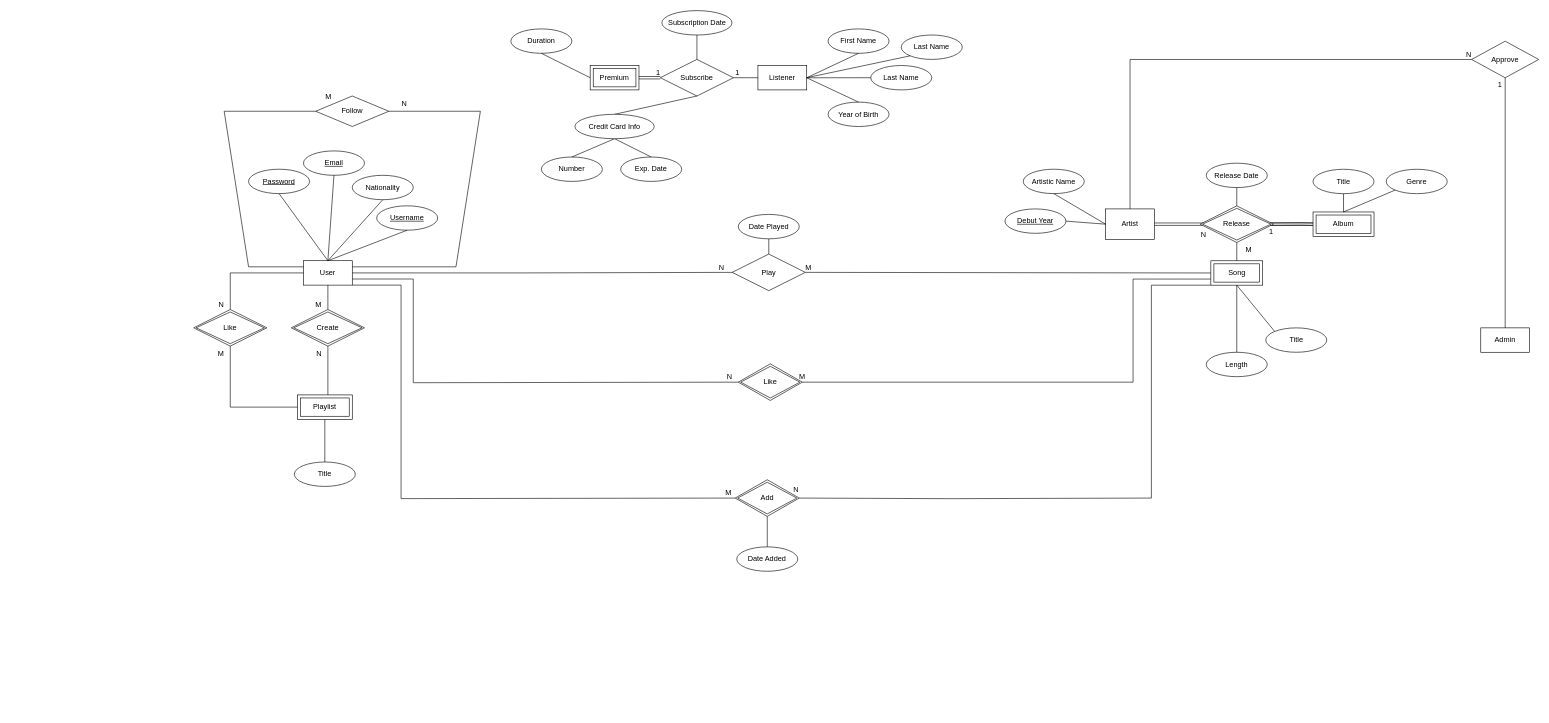
Before: ER Diagram.drawio in BehrouzGhamkhar/database-project, a draw.io diagram. Source tidied: cells renumbered, new cells numbered last; positions are measured from the earlier drawing's top-left corner, leaving out a move shared by most shapes. Both pictures are drawn from the tidied source at 61%, with x=0, y=0 at pixel (193, 10).
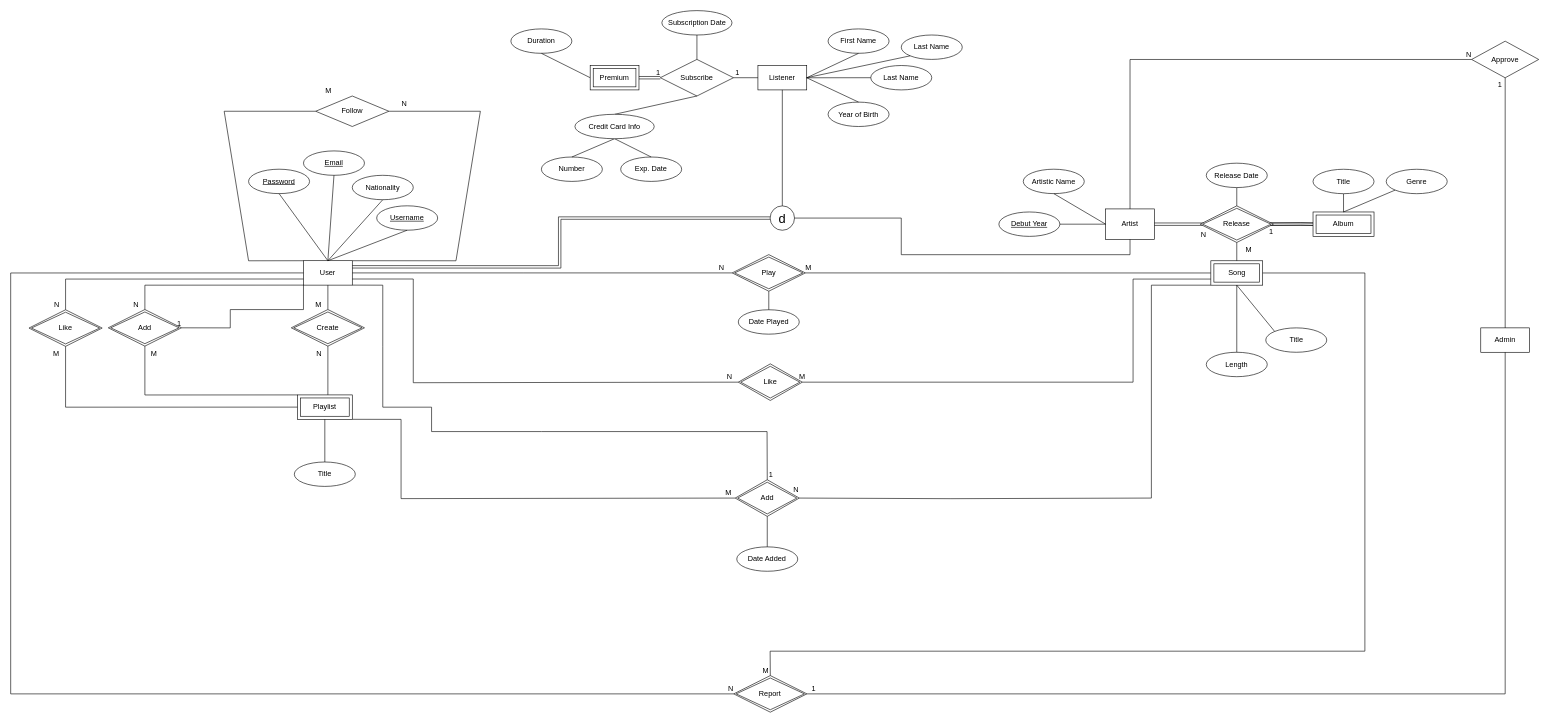
The same diagram, later.

Commit message:
The ER diagram was almost completed, only the total participations were not determined

Unchanged cells that the change refers to:
```xml
<mxCell id="2" value="Artist" style="whiteSpace=wrap;html=1;align=center;" parent="1" vertex="1">
  <mxGeometry x="1495" y="325" width="80" height="50" as="geometry" />
</mxCell>
<mxCell id="4" value="User" style="whiteSpace=wrap;html=1;align=center;" parent="1" vertex="1">
  <mxGeometry x="180" y="409.9" width="80" height="40" as="geometry" />
</mxCell>
<mxCell id="5" value="Listener" style="whiteSpace=wrap;html=1;align=center;" parent="1" vertex="1">
  <mxGeometry x="925" y="89.9" width="80" height="40" as="geometry" />
</mxCell>
<mxCell id="12" value="Follow" style="shape=rhombus;perimeter=rhombusPerimeter;whiteSpace=wrap;html=1;align=center;" parent="1" vertex="1">
  <mxGeometry x="200" y="139.9" width="120" height="50" as="geometry" />
</mxCell>
<mxCell id="23" value="Admin" style="whiteSpace=wrap;html=1;align=center;" parent="1" vertex="1">
  <mxGeometry x="2110" y="520" width="80" height="40" as="geometry" />
</mxCell>
<mxCell id="46" value="Playlist" style="shape=ext;margin=3;double=1;whiteSpace=wrap;html=1;align=center;" parent="1" vertex="1">
  <mxGeometry x="170" y="629.9" width="90" height="40" as="geometry" />
</mxCell>
<mxCell id="48" value="Add" style="shape=rhombus;double=1;perimeter=rhombusPerimeter;whiteSpace=wrap;html=1;align=center;" parent="1" vertex="1">
  <mxGeometry x="887.8" y="769" width="105" height="60" as="geometry" />
</mxCell>
<mxCell id="52" value="Song" style="shape=ext;margin=3;double=1;whiteSpace=wrap;html=1;align=center;" parent="1" vertex="1">
  <mxGeometry x="1667.5" y="410" width="85" height="40" as="geometry" />
</mxCell>
```

What changed in the source:
```diff
@@
-    <mxCell id="8" style="endArrow=none;html=1;rounded=0;entryX=1;entryY=0.25;entryDx=0;entryDy=0;exitX=1;exitY=0.5;exitDx=0;exitDy=0;" parent="1" edge="1" source="12" target="4">
+    <mxCell id="8" style="endArrow=none;html=1;rounded=0;entryX=1;entryY=0;entryDx=0;entryDy=0;exitX=1;exitY=0.5;exitDx=0;exitDy=0;" parent="1" edge="1" source="12" target="4">
       <mxGeometry relative="1" as="geometry">
         <Array as="points">
           <mxPoint x="470" y="164.9" />
-          <mxPoint x="430" y="419.9" />
+          <mxPoint x="430" y="410" />
         </Array>
       </mxGeometry>
     </mxCell>
@@
-    <mxCell id="13" style="endArrow=none;html=1;rounded=0;entryX=0;entryY=0.25;entryDx=0;entryDy=0;exitX=0;exitY=0.5;exitDx=0;exitDy=0;entryPerimeter=0;" parent="1" edge="1" source="12" target="4">
+    <mxCell id="13" style="endArrow=none;html=1;rounded=0;entryX=0;entryY=0;entryDx=0;entryDy=0;exitX=0;exitY=0.5;exitDx=0;exitDy=0;" parent="1" edge="1" source="12" target="4">
       <mxGeometry relative="1" as="geometry">
         <Array as="points">
           <mxPoint x="50" y="164.9" />
-          <mxPoint x="90" y="419.9" />
+          <mxPoint x="90" y="410" />
         </Array>
       </mxGeometry>
     </mxCell>
@@
-    <mxCell id="24" value="Play" style="shape=rhombus;perimeter=rhombusPerimeter;whiteSpace=wrap;html=1;align=center;" parent="1" vertex="1">
-      <mxGeometry x="882.8" y="399" width="120" height="60" as="geometry" />
-    </mxCell>
@@
-    <mxCell id="33" style="endArrow=none;html=1;rounded=0;exitX=1;exitY=1;exitDx=0;exitDy=0;entryX=0;entryY=0.5;entryDx=0;entryDy=0;" parent="1" edge="1" source="4" target="48">
+    <mxCell id="33" style="endArrow=none;html=1;rounded=0;exitX=1;exitY=1;exitDx=0;exitDy=0;entryX=0;entryY=0.5;entryDx=0;entryDy=0;" parent="1" edge="1" source="46" target="48">
       <mxGeometry relative="1" as="geometry">
         <Array as="points">
-          <mxPoint x="340" y="449.9" />
+          <mxPoint x="340" y="670" />
           <mxPoint x="340" y="799.9" />
         </Array>
       </mxGeometry>
     </mxCell>
@@
-    <mxCell id="42" style="endArrow=none;html=1;rounded=0;entryX=0.5;entryY=0;entryDx=0;entryDy=0;exitX=0;exitY=0.5;exitDx=0;exitDy=0;" parent="1" edge="1" source="4">
+    <mxCell id="42" style="endArrow=none;html=1;rounded=0;entryX=0.5;entryY=0;entryDx=0;entryDy=0;exitX=0;exitY=0.75;exitDx=0;exitDy=0;" parent="1" edge="1" source="4" target="50">
       <mxGeometry relative="1" as="geometry">
-        <mxPoint x="60" y="489.9" as="targetPoint" />
         <Array as="points">
-          <mxPoint x="60" y="429.9" />
+          <mxPoint x="-210" y="440" />
         </Array>
       </mxGeometry>
     </mxCell>
@@
-    <mxCell id="44" style="endArrow=none;html=1;rounded=0;entryX=0.5;entryY=1;entryDx=0;entryDy=0;exitX=0;exitY=0.5;exitDx=0;exitDy=0;" parent="1" edge="1">
+    <mxCell id="44" style="endArrow=none;html=1;rounded=0;entryX=0.5;entryY=1;entryDx=0;entryDy=0;exitX=0;exitY=0.5;exitDx=0;exitDy=0;" parent="1" edge="1" target="50">
       <mxGeometry relative="1" as="geometry">
         <mxPoint x="180" y="649.9" as="sourcePoint" />
-        <mxPoint x="60" y="549.9" as="targetPoint" />
         <Array as="points">
-          <mxPoint x="60" y="649.9" />
+          <mxPoint x="-210" y="650" />
         </Array>
       </mxGeometry>
     </mxCell>
@@
     <mxCell id="50" value="Like" style="shape=rhombus;double=1;perimeter=rhombusPerimeter;whiteSpace=wrap;html=1;align=center;" parent="1" vertex="1">
-      <mxGeometry y="489.9" width="120" height="60" as="geometry" />
+      <mxGeometry x="-270" y="490.3" width="120" height="60" as="geometry" />
     </mxCell>
@@
     <mxCell id="69" value="Date Played" style="ellipse;whiteSpace=wrap;html=1;align=center;" parent="1" vertex="1">
-      <mxGeometry x="892.8" y="334" width="100" height="40" as="geometry" />
+      <mxGeometry x="892.8" y="490.3" width="100" height="40" as="geometry" />
     </mxCell>
-    <mxCell id="70" style="endArrow=none;html=1;rounded=0;entryX=0.5;entryY=0;entryDx=0;entryDy=0;exitX=0.5;exitY=1;exitDx=0;exitDy=0;" parent="1" edge="1" source="69" target="24">
+    <mxCell id="70" style="endArrow=none;html=1;rounded=0;entryX=0.5;entryY=1;entryDx=0;entryDy=0;exitX=0.5;exitY=0;exitDx=0;exitDy=0;" parent="1" edge="1" source="69" target="24">
       <mxGeometry relative="1" as="geometry" />
     </mxCell>
@@
     <mxCell id="100" value="Debut Year" style="ellipse;whiteSpace=wrap;html=1;align=center;fontStyle=4;" parent="1" vertex="1">
-      <mxGeometry x="1330" y="325" width="100" height="40" as="geometry" />
+      <mxGeometry x="1320" y="330" width="100" height="40" as="geometry" />
     </mxCell>
@@
+    <mxCell id="104" style="endArrow=none;html=1;rounded=0;entryX=0.5;entryY=0;entryDx=0;entryDy=0;exitX=1;exitY=1;exitDx=0;exitDy=0;" parent="1" edge="1" source="4" target="48">
+      <mxGeometry relative="1" as="geometry">
+        <Array as="points">
+          <mxPoint x="310" y="450" />
+          <mxPoint x="310" y="550" />
+          <mxPoint x="310" y="650" />
+          <mxPoint x="390" y="650" />
+          <mxPoint x="390" y="690" />
+          <mxPoint x="570" y="690" />
+          <mxPoint x="940" y="690" />
+        </Array>
+      </mxGeometry>
+    </mxCell>
+    <mxCell id="105" value="1" style="html=1;align=right;verticalAlign=bottom;" parent="104" vertex="1">
+      <mxGeometry x="1" relative="1" as="geometry">
+        <mxPoint x="9.7" y="0.4" as="offset" />
+      </mxGeometry>
+    </mxCell>
+    <mxCell id="106" value="Add" style="shape=rhombus;double=1;perimeter=rhombusPerimeter;whiteSpace=wrap;html=1;align=center;" parent="1" vertex="1">
+      <mxGeometry x="-140" y="489.9" width="120" height="60" as="geometry" />
+    </mxCell>
+    <mxCell id="107" style="endArrow=none;html=1;rounded=0;entryX=0;entryY=1;entryDx=0;entryDy=0;exitX=1;exitY=0.5;exitDx=0;exitDy=0;" parent="1" edge="1" source="106" target="4">
+      <mxGeometry relative="1" as="geometry">
+        <Array as="points">
+          <mxPoint x="60" y="520" />
+          <mxPoint x="60" y="490" />
+          <mxPoint x="180" y="490" />
+        </Array>
+      </mxGeometry>
+    </mxCell>
+    <mxCell id="108" value="1" style="html=1;align=right;verticalAlign=bottom;" parent="107" vertex="1">
+      <mxGeometry x="1" relative="1" as="geometry">
+        <mxPoint x="-200" y="70.5" as="offset" />
+      </mxGeometry>
+    </mxCell>
+    <mxCell id="109" style="endArrow=none;html=1;rounded=0;entryX=0.5;entryY=0;entryDx=0;entryDy=0;exitX=0;exitY=1;exitDx=0;exitDy=0;" parent="1" edge="1" source="4" target="106">
+      <mxGeometry relative="1" as="geometry">
+        <Array as="points">
+          <mxPoint x="-80" y="450" />
+        </Array>
+      </mxGeometry>
+    </mxCell>
+    <mxCell id="110" value="N" style="html=1;align=right;verticalAlign=bottom;" parent="109" vertex="1">
+      <mxGeometry x="1" relative="1" as="geometry">
+        <mxPoint x="-10" y="-0.1" as="offset" />
+      </mxGeometry>
+    </mxCell>
+    <mxCell id="111" style="endArrow=none;html=1;rounded=0;entryX=0.5;entryY=1;entryDx=0;entryDy=0;exitX=0;exitY=0;exitDx=0;exitDy=0;" parent="1" edge="1" source="46" target="106">
+      <mxGeometry relative="1" as="geometry">
+        <Array as="points">
+          <mxPoint x="-80" y="630" />
+        </Array>
+      </mxGeometry>
+    </mxCell>
+    <mxCell id="112" value="M" style="html=1;align=right;verticalAlign=bottom;" parent="111" vertex="1">
+      <mxGeometry x="1" relative="1" as="geometry">
+        <mxPoint x="20" y="20.6" as="offset" />
+      </mxGeometry>
+    </mxCell>
+    <mxCell id="113" value="Report" style="shape=rhombus;double=1;perimeter=rhombusPerimeter;whiteSpace=wrap;html=1;align=center;" parent="1" vertex="1">
+      <mxGeometry x="885.3" y="1090" width="120" height="60" as="geometry" />
+    </mxCell>
+    <mxCell id="114" style="endArrow=none;html=1;rounded=0;entryX=0;entryY=0.5;entryDx=0;entryDy=0;exitX=0;exitY=0.5;exitDx=0;exitDy=0;" parent="1" edge="1" source="4" target="113">
+      <mxGeometry relative="1" as="geometry">
+        <Array as="points">
+          <mxPoint x="-300" y="430" />
+          <mxPoint x="-300" y="1120" />
+        </Array>
+      </mxGeometry>
+    </mxCell>
+    <mxCell id="115" value="N" style="html=1;align=right;verticalAlign=bottom;" parent="114" vertex="1">
+      <mxGeometry x="1" relative="1" as="geometry" />
+    </mxCell>
+    <mxCell id="116" style="endArrow=none;html=1;rounded=0;entryX=0.5;entryY=0;entryDx=0;entryDy=0;exitX=1;exitY=0.5;exitDx=0;exitDy=0;" parent="1" edge="1" source="52" target="113">
+      <mxGeometry relative="1" as="geometry">
+        <Array as="points">
+          <mxPoint x="1920" y="430" />
+          <mxPoint x="1920" y="1050" />
+          <mxPoint x="945" y="1050" />
+        </Array>
+      </mxGeometry>
+    </mxCell>
+    <mxCell id="117" value="M" style="html=1;align=right;verticalAlign=bottom;" parent="116" vertex="1">
+      <mxGeometry x="1" relative="1" as="geometry">
+        <mxPoint x="-2.5" y="0.2" as="offset" />
+      </mxGeometry>
+    </mxCell>
+    <mxCell id="118" style="endArrow=none;html=1;rounded=0;entryX=1;entryY=0.5;entryDx=0;entryDy=0;exitX=0.5;exitY=1;exitDx=0;exitDy=0;" parent="1" edge="1" source="23" target="113">
+      <mxGeometry relative="1" as="geometry">
+        <Array as="points">
+          <mxPoint x="2150" y="1120" />
+        </Array>
+      </mxGeometry>
+    </mxCell>
+    <mxCell id="119" value="1" style="html=1;align=right;verticalAlign=bottom;" parent="118" vertex="1">
+      <mxGeometry x="1" relative="1" as="geometry">
+        <mxPoint x="14.8" as="offset" />
+      </mxGeometry>
+    </mxCell>
+    <mxCell id="120" value="&lt;font style=&quot;font-size: 21px&quot;&gt;d&lt;/font&gt;" style="ellipse;whiteSpace=wrap;html=1;align=center;" parent="1" vertex="1">
+      <mxGeometry x="945" y="320" width="40" height="40" as="geometry" />
+    </mxCell>
+    <mxCell id="121" style="endArrow=none;html=1;rounded=0;exitX=1;exitY=0.5;exitDx=0;exitDy=0;entryX=0.5;entryY=1;entryDx=0;entryDy=0;" parent="1" edge="1" source="120" target="2">
+      <mxGeometry relative="1" as="geometry">
+        <Array as="points">
+          <mxPoint x="1160" y="340" />
+          <mxPoint x="1160" y="400" />
+          <mxPoint x="1535" y="400" />
+        </Array>
+      </mxGeometry>
+    </mxCell>
+    <mxCell id="122" style="shape=link;html=1;rounded=0;exitX=1;exitY=0.25;exitDx=0;exitDy=0;entryX=0;entryY=0.5;entryDx=0;entryDy=0;" parent="1" edge="1" source="4" target="120">
+      <mxGeometry relative="1" as="geometry">
+        <Array as="points">
+          <mxPoint x="600" y="420" />
+          <mxPoint x="600" y="340" />
+        </Array>
+      </mxGeometry>
+    </mxCell>
+    <mxCell id="123" style="endArrow=none;html=1;rounded=0;entryX=0.5;entryY=0;entryDx=0;entryDy=0;exitX=0.5;exitY=1;exitDx=0;exitDy=0;" parent="1" edge="1" source="5" target="120">
+      <mxGeometry relative="1" as="geometry" />
+    </mxCell>
+    <mxCell id="24" value="Play" style="shape=rhombus;double=1;perimeter=rhombusPerimeter;whiteSpace=wrap;html=1;align=center;" parent="1" vertex="1">
+      <mxGeometry x="882.8" y="399.9" width="120" height="60" as="geometry" />
+    </mxCell>
```
